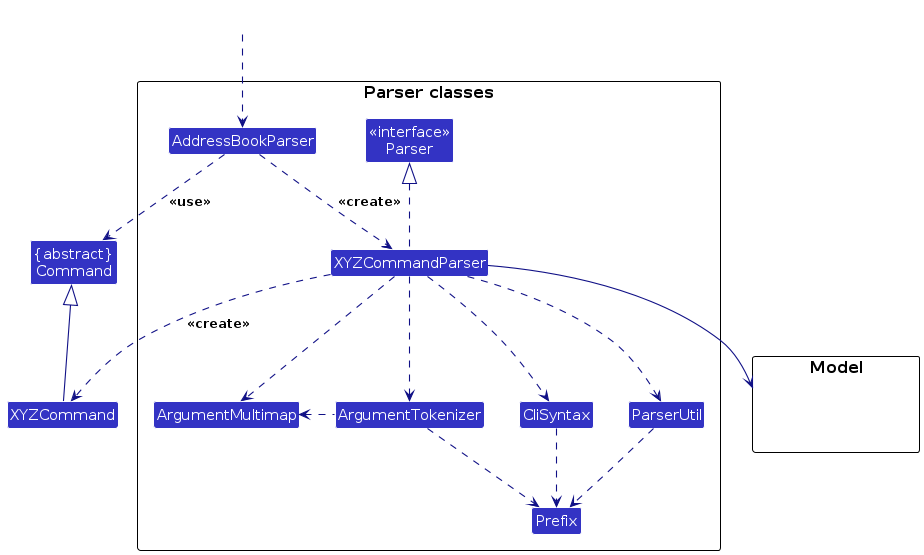
AY2425S1-CS2103T-F09-3/tp keeps this PlantUML diagram as diagrams/ParserClasses.png. Above is the earlier version. Its source is kept beside it as diagrams/ParserClasses.puml. Source of this version:
```plantuml
@startuml
!include style.puml
skinparam arrowThickness 1.1
skinparam arrowColor LOGIC_COLOR_T4
skinparam classBackgroundColor LOGIC_COLOR

Class "{abstract}\nCommand" as Command
Class XYZCommand

package "Parser classes"{
Class "<<interface>>\nParser" as Parser
Class AddressBookParser
Class XYZCommandParser
Class CliSyntax
Class ParserUtil
Class ArgumentMultimap
Class ArgumentTokenizer
Class Prefix
}

package Model {
Class HiddenModel #FFFFFF
}

Class HiddenOutside #FFFFFF
HiddenOutside ..> AddressBookParser

AddressBookParser .down.> XYZCommandParser: <<create>>

XYZCommandParser --> Model
XYZCommandParser ..> XYZCommand : <<create>>
AddressBookParser ..> Command : <<use>>
XYZCommandParser .up.|> Parser
XYZCommandParser ..> ArgumentMultimap
XYZCommandParser ..> ArgumentTokenizer
ArgumentTokenizer .left.> ArgumentMultimap
XYZCommandParser ..> CliSyntax
CliSyntax ..> Prefix
XYZCommandParser ..> ParserUtil
ParserUtil .down.> Prefix
ArgumentTokenizer .down.> Prefix
XYZCommand -up-|> Command
@enduml
```
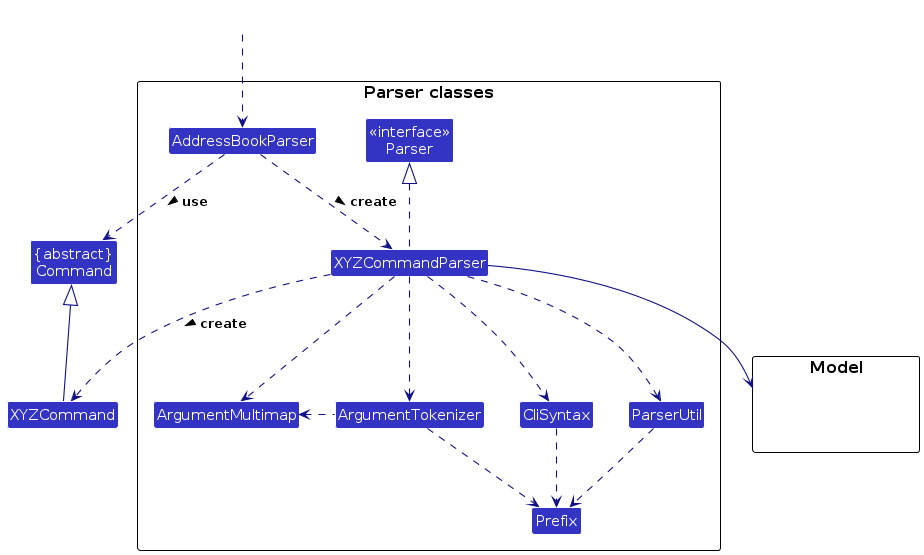
Later version of the same file.

What changed in the source:
```diff
@@ -25,11 +25,11 @@
 Class HiddenOutside #FFFFFF
 HiddenOutside ..> AddressBookParser
 
-AddressBookParser .down.> XYZCommandParser: <<create>>
+AddressBookParser .down.> XYZCommandParser: create >
 
 XYZCommandParser --> Model
-XYZCommandParser ..> XYZCommand : <<create>>
-AddressBookParser ..> Command : <<use>>
+XYZCommandParser ..> XYZCommand : create >
+AddressBookParser ..> Command : use >
 XYZCommandParser .up.|> Parser
 XYZCommandParser ..> ArgumentMultimap
 XYZCommandParser ..> ArgumentTokenizer
```
